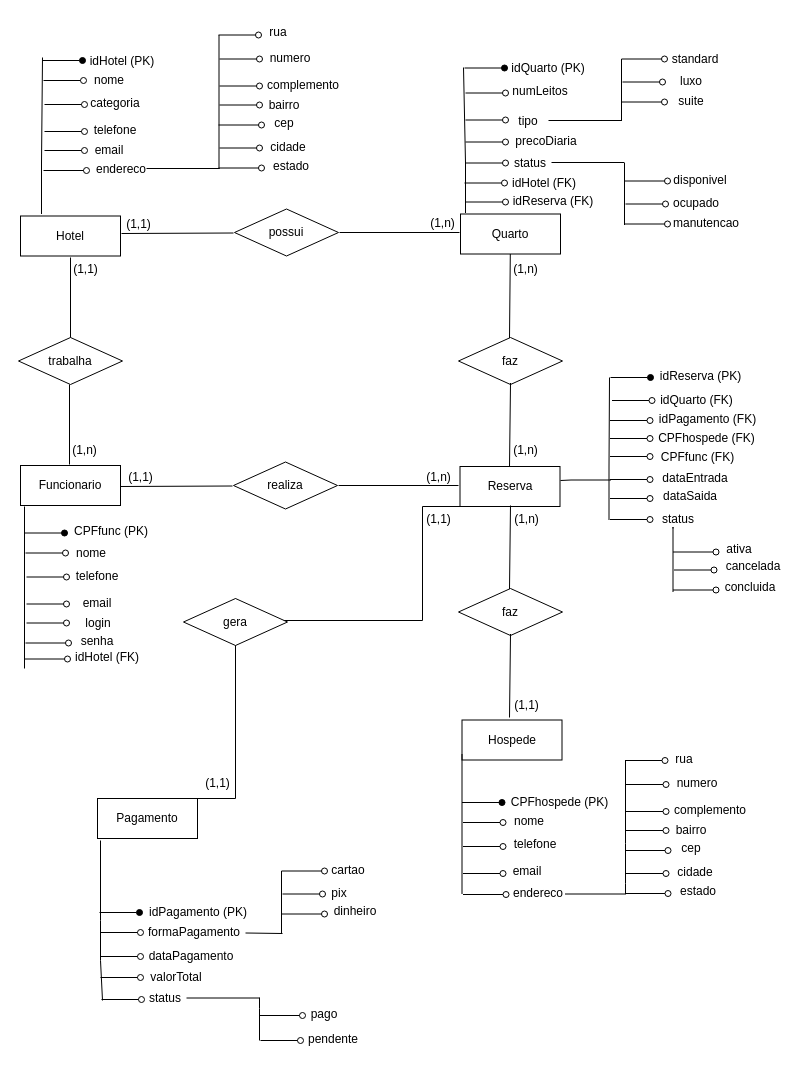
This is rede_de_hoteis.drawio from brunoadsdados/trabalho_banco_de_dados, a draw.io file, before an edit. Source tidied: cells renumbered, new cells numbered last; positions are measured from the earlier drawing's top-left corner, leaving out a move shared by most shapes. Both pictures are drawn from the tidied source at 100%, with x=0, y=0 at pixel (18, 17).
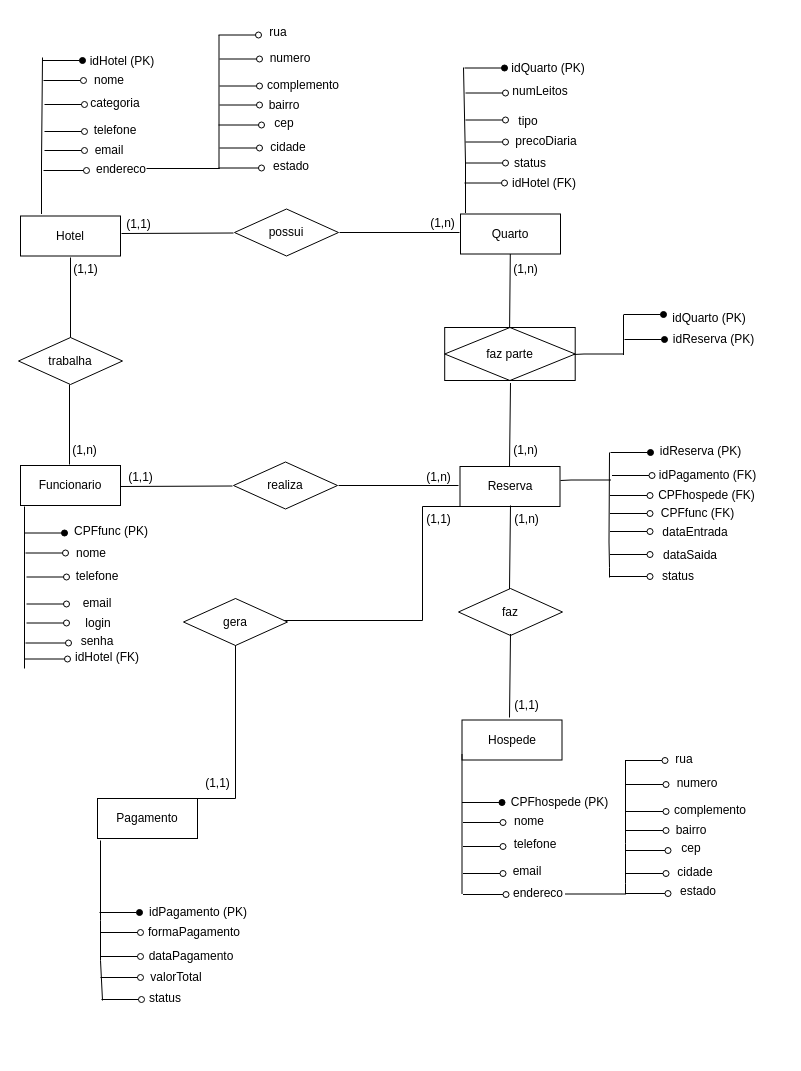
After the change.

The edit, as a diff of the source:
```diff
@@
-    <mxCell id="61" style="endArrow=none;html=1;rounded=0;" parent="1" edge="1">
-      <mxGeometry relative="1" as="geometry">
-        <mxPoint x="530" y="103" as="sourcePoint" />
-        <mxPoint x="603" y="103" as="targetPoint" />
-      </mxGeometry>
-    </mxCell>
-    <mxCell id="62" style="endArrow=oval;html=1;rounded=1;curved=0;endFill=0;" parent="1" edge="1">
-      <mxGeometry relative="1" as="geometry">
-        <mxPoint x="603" y="41.5" as="sourcePoint" />
-        <mxPoint x="646" y="41.5" as="targetPoint" />
-      </mxGeometry>
-    </mxCell>
-    <mxCell id="63" style="endArrow=oval;html=1;rounded=1;curved=0;endFill=0;" parent="1" edge="1">
-      <mxGeometry relative="1" as="geometry">
-        <mxPoint x="604" y="64.5" as="sourcePoint" />
-        <mxPoint x="644" y="64.5" as="targetPoint" />
-      </mxGeometry>
-    </mxCell>
-    <mxCell id="64" style="endArrow=oval;html=1;rounded=1;curved=0;endFill=0;" parent="1" edge="1">
-      <mxGeometry relative="1" as="geometry">
-        <mxPoint x="603" y="84.5" as="sourcePoint" />
-        <mxPoint x="646" y="84.5" as="targetPoint" />
-      </mxGeometry>
-    </mxCell>
-    <mxCell id="65" value="luxo" style="text;html=1;align=center;verticalAlign=middle;whiteSpace=wrap;rounded=0;" parent="1" vertex="1">
-      <mxGeometry x="643" y="48.5" width="60" height="30" as="geometry" />
-    </mxCell>
-    <mxCell id="66" value="suite" style="text;html=1;align=center;verticalAlign=middle;whiteSpace=wrap;rounded=0;" parent="1" vertex="1">
-      <mxGeometry x="643" y="68.5" width="60" height="30" as="geometry" />
-    </mxCell>
-    <mxCell id="67" value="standard" style="text;html=1;align=center;verticalAlign=middle;whiteSpace=wrap;rounded=0;" parent="1" vertex="1">
-      <mxGeometry x="647" y="26.5" width="60" height="30" as="geometry" />
-    </mxCell>
-    <mxCell id="68" style="endArrow=none;html=1;rounded=0;" parent="1" edge="1">
-      <mxGeometry relative="1" as="geometry">
-        <mxPoint x="603" y="103.5" as="sourcePoint" />
-        <mxPoint x="603" y="41.5" as="targetPoint" />
-        <Array as="points">
-          <mxPoint x="603" y="92.5" />
-          <mxPoint x="603" y="52.5" />
-        </Array>
-      </mxGeometry>
-    </mxCell>
-    <mxCell id="69" style="endArrow=oval;html=1;rounded=1;curved=0;endFill=0;" parent="1" edge="1">
-      <mxGeometry relative="1" as="geometry">
-        <mxPoint x="606" y="163.5" as="sourcePoint" />
-        <mxPoint x="649" y="163.5" as="targetPoint" />
-      </mxGeometry>
-    </mxCell>
-    <mxCell id="70" style="endArrow=oval;html=1;rounded=1;curved=0;endFill=0;" parent="1" edge="1">
-      <mxGeometry relative="1" as="geometry">
-        <mxPoint x="607" y="186.5" as="sourcePoint" />
-        <mxPoint x="647" y="186.5" as="targetPoint" />
-      </mxGeometry>
-    </mxCell>
-    <mxCell id="71" style="endArrow=oval;html=1;rounded=1;curved=0;endFill=0;" parent="1" edge="1">
-      <mxGeometry relative="1" as="geometry">
-        <mxPoint x="606" y="206.5" as="sourcePoint" />
-        <mxPoint x="649" y="206.5" as="targetPoint" />
-      </mxGeometry>
-    </mxCell>
-    <mxCell id="72" value="ocupado" style="text;html=1;align=center;verticalAlign=middle;whiteSpace=wrap;rounded=0;" parent="1" vertex="1">
-      <mxGeometry x="648" y="170.5" width="60" height="30" as="geometry" />
-    </mxCell>
-    <mxCell id="73" value="manutencao" style="text;html=1;align=center;verticalAlign=middle;whiteSpace=wrap;rounded=0;" parent="1" vertex="1">
-      <mxGeometry x="658" y="190.5" width="60" height="30" as="geometry" />
-    </mxCell>
-    <mxCell id="74" value="disponivel" style="text;html=1;align=center;verticalAlign=middle;whiteSpace=wrap;rounded=0;" parent="1" vertex="1">
-      <mxGeometry x="652" y="147.5" width="60" height="30" as="geometry" />
-    </mxCell>
-    <mxCell id="75" style="endArrow=none;html=1;rounded=0;" parent="1" edge="1">
-      <mxGeometry relative="1" as="geometry">
-        <mxPoint x="606" y="207.5" as="sourcePoint" />
-        <mxPoint x="606" y="145.5" as="targetPoint" />
-        <Array as="points">
-          <mxPoint x="606" y="196.5" />
-          <mxPoint x="606" y="156.5" />
-        </Array>
-      </mxGeometry>
-    </mxCell>
-    <mxCell id="76" style="endArrow=none;html=1;rounded=0;" parent="1" edge="1">
-      <mxGeometry relative="1" as="geometry">
-        <mxPoint x="533" y="145" as="sourcePoint" />
-        <mxPoint x="606" y="145" as="targetPoint" />
-      </mxGeometry>
-    </mxCell>
@@
     <mxCell id="104" style="endArrow=oval;html=1;rounded=1;curved=0;endFill=1;" parent="1" edge="1">
       <mxGeometry relative="1" as="geometry">
-        <mxPoint x="592" y="360" as="sourcePoint" />
-        <mxPoint x="632" y="360" as="targetPoint" />
+        <mxPoint x="592" y="435" as="sourcePoint" />
+        <mxPoint x="632" y="435" as="targetPoint" />
       </mxGeometry>
     </mxCell>
     <mxCell id="105" value="idReserva (PK)" style="text;html=1;align=center;verticalAlign=middle;whiteSpace=wrap;rounded=0;" parent="1" vertex="1">
-      <mxGeometry x="639.5" y="344" width="85" height="30" as="geometry" />
+      <mxGeometry x="639.5" y="419" width="85" height="30" as="geometry" />
     </mxCell>
     <mxCell id="106" style="endArrow=oval;html=1;rounded=1;curved=0;endFill=0;" parent="1" edge="1">
       <mxGeometry relative="1" as="geometry">
-        <mxPoint x="591.5" y="462" as="sourcePoint" />
-        <mxPoint x="631.5" y="462" as="targetPoint" />
+        <mxPoint x="591.5" y="537" as="sourcePoint" />
+        <mxPoint x="631.5" y="537" as="targetPoint" />
       </mxGeometry>
     </mxCell>
     <mxCell id="107" value="dataEntrada" style="text;html=1;align=center;verticalAlign=middle;whiteSpace=wrap;rounded=0;" parent="1" vertex="1">
-      <mxGeometry x="646.5" y="446" width="60" height="30" as="geometry" />
+      <mxGeometry x="646.5" y="500" width="60" height="30" as="geometry" />
     </mxCell>
     <mxCell id="108" style="endArrow=oval;html=1;rounded=1;curved=0;endFill=0;" parent="1" edge="1">
       <mxGeometry relative="1" as="geometry">
-        <mxPoint x="591.5" y="481" as="sourcePoint" />
-        <mxPoint x="631.5" y="481" as="targetPoint" />
+        <mxPoint x="591.5" y="559" as="sourcePoint" />
+        <mxPoint x="631.5" y="559" as="targetPoint" />
       </mxGeometry>
     </mxCell>
     <mxCell id="109" value="dataSaida" style="text;html=1;align=center;verticalAlign=middle;whiteSpace=wrap;rounded=0;" parent="1" vertex="1">
-      <mxGeometry x="641.5" y="464" width="60" height="30" as="geometry" />
+      <mxGeometry x="641.5" y="523" width="60" height="30" as="geometry" />
     </mxCell>
-    <mxCell id="110" style="endArrow=oval;html=1;rounded=1;curved=0;endFill=0;" parent="1" edge="1">
-      <mxGeometry relative="1" as="geometry">
-        <mxPoint x="591.5" y="502" as="sourcePoint" />
-        <mxPoint x="631.5" y="502" as="targetPoint" />
-      </mxGeometry>
-    </mxCell>
     <mxCell id="111" value="status" style="text;html=1;align=center;verticalAlign=middle;whiteSpace=wrap;rounded=0;" parent="1" vertex="1">
-      <mxGeometry x="629.5" y="487" width="60" height="30" as="geometry" />
+      <mxGeometry x="629.5" y="544" width="60" height="30" as="geometry" />
     </mxCell>
-    <mxCell id="112" style="endArrow=oval;html=1;rounded=1;curved=0;endFill=0;" parent="1" edge="1">
-      <mxGeometry relative="1" as="geometry">
-        <mxPoint x="654.5" y="534.5" as="sourcePoint" />
-        <mxPoint x="697.5" y="534.5" as="targetPoint" />
-      </mxGeometry>
-    </mxCell>
-    <mxCell id="113" style="endArrow=oval;html=1;rounded=1;curved=0;endFill=0;" parent="1" edge="1">
-      <mxGeometry relative="1" as="geometry">
-        <mxPoint x="655.5" y="552.5" as="sourcePoint" />
-        <mxPoint x="695.5" y="552.5" as="targetPoint" />
-      </mxGeometry>
-    </mxCell>
-    <mxCell id="114" style="endArrow=oval;html=1;rounded=1;curved=0;endFill=0;" parent="1" edge="1">
-      <mxGeometry relative="1" as="geometry">
-        <mxPoint x="654.5" y="572.5" as="sourcePoint" />
-        <mxPoint x="697.5" y="572.5" as="targetPoint" />
-      </mxGeometry>
-    </mxCell>
-    <mxCell id="115" value="cancelada" style="text;html=1;align=center;verticalAlign=middle;whiteSpace=wrap;rounded=0;" parent="1" vertex="1">
-      <mxGeometry x="705" y="534" width="60" height="30" as="geometry" />
-    </mxCell>
-    <mxCell id="116" value="concluida" style="text;html=1;align=center;verticalAlign=middle;whiteSpace=wrap;rounded=0;" parent="1" vertex="1">
-      <mxGeometry x="702" y="554.5" width="60" height="30" as="geometry" />
-    </mxCell>
-    <mxCell id="117" value="ativa" style="text;html=1;align=center;verticalAlign=middle;whiteSpace=wrap;rounded=0;" parent="1" vertex="1">
-      <mxGeometry x="691" y="517" width="60" height="30" as="geometry" />
-    </mxCell>
-    <mxCell id="118" style="endArrow=none;html=1;rounded=0;" parent="1" edge="1">
-      <mxGeometry relative="1" as="geometry">
-        <mxPoint x="654.5" y="574.5" as="sourcePoint" />
-        <mxPoint x="654.5" y="511" as="targetPoint" />
-        <Array as="points">
-          <mxPoint x="654.5" y="549.5" />
-          <mxPoint x="654.5" y="509.5" />
-        </Array>
-      </mxGeometry>
-    </mxCell>
     <mxCell id="119" style="endArrow=none;html=1;rounded=0;" parent="1" edge="1">
       <mxGeometry relative="1" as="geometry">
-        <mxPoint x="590.5" y="502.5" as="sourcePoint" />
-        <mxPoint x="591" y="360" as="targetPoint" />
+        <mxPoint x="591" y="560" as="sourcePoint" />
+        <mxPoint x="591" y="435" as="targetPoint" />
         <Array as="points">
-          <mxPoint x="590.5" y="489.5" />
-          <mxPoint x="590.5" y="449.5" />
+          <mxPoint x="591" y="550" />
+          <mxPoint x="590.5" y="524.5" />
         </Array>
       </mxGeometry>
     </mxCell>
@@
-    <mxCell id="130" style="endArrow=none;html=1;rounded=0;" parent="1" edge="1">
-      <mxGeometry relative="1" as="geometry">
-        <mxPoint x="227" y="915.5" as="sourcePoint" />
-        <mxPoint x="264" y="916" as="targetPoint" />
-      </mxGeometry>
-    </mxCell>
-    <mxCell id="131" style="endArrow=oval;html=1;rounded=1;curved=0;endFill=0;" parent="1" edge="1">
-      <mxGeometry relative="1" as="geometry">
-        <mxPoint x="263" y="853.5" as="sourcePoint" />
-        <mxPoint x="306" y="853.5" as="targetPoint" />
-      </mxGeometry>
-    </mxCell>
-    <mxCell id="132" style="endArrow=oval;html=1;rounded=1;curved=0;endFill=0;" parent="1" edge="1">
-      <mxGeometry relative="1" as="geometry">
-        <mxPoint x="264" y="876.5" as="sourcePoint" />
-        <mxPoint x="304" y="876.5" as="targetPoint" />
-      </mxGeometry>
-    </mxCell>
-    <mxCell id="133" style="endArrow=oval;html=1;rounded=1;curved=0;endFill=0;" parent="1" edge="1">
-      <mxGeometry relative="1" as="geometry">
-        <mxPoint x="263" y="896.5" as="sourcePoint" />
-        <mxPoint x="306" y="896.5" as="targetPoint" />
-      </mxGeometry>
-    </mxCell>
-    <mxCell id="134" value="pix" style="text;html=1;align=center;verticalAlign=middle;whiteSpace=wrap;rounded=0;" parent="1" vertex="1">
-      <mxGeometry x="291" y="860.5" width="60" height="30" as="geometry" />
-    </mxCell>
-    <mxCell id="135" value="dinheiro" style="text;html=1;align=center;verticalAlign=middle;whiteSpace=wrap;rounded=0;" parent="1" vertex="1">
-      <mxGeometry x="307" y="879" width="60" height="30" as="geometry" />
-    </mxCell>
-    <mxCell id="136" style="endArrow=none;html=1;rounded=0;" parent="1" edge="1">
-      <mxGeometry relative="1" as="geometry">
-        <mxPoint x="263" y="915.5" as="sourcePoint" />
-        <mxPoint x="263" y="853.5" as="targetPoint" />
-        <Array as="points">
-          <mxPoint x="263" y="904.5" />
-          <mxPoint x="263" y="864.5" />
-        </Array>
-      </mxGeometry>
-    </mxCell>
-    <mxCell id="137" style="endArrow=oval;html=1;rounded=1;curved=0;endFill=0;" parent="1" edge="1">
-      <mxGeometry relative="1" as="geometry">
-        <mxPoint x="241" y="998" as="sourcePoint" />
-        <mxPoint x="284" y="998" as="targetPoint" />
-      </mxGeometry>
-    </mxCell>
-    <mxCell id="138" style="endArrow=oval;html=1;rounded=1;curved=0;endFill=0;" parent="1" edge="1">
-      <mxGeometry relative="1" as="geometry">
-        <mxPoint x="242" y="1023" as="sourcePoint" />
-        <mxPoint x="282" y="1023" as="targetPoint" />
-      </mxGeometry>
-    </mxCell>
-    <mxCell id="139" value="pendente" style="text;html=1;align=center;verticalAlign=middle;whiteSpace=wrap;rounded=0;" parent="1" vertex="1">
-      <mxGeometry x="285" y="1007" width="60" height="30" as="geometry" />
-    </mxCell>
-    <mxCell id="140" value="pago" style="text;html=1;align=center;verticalAlign=middle;whiteSpace=wrap;rounded=0;" parent="1" vertex="1">
-      <mxGeometry x="276" y="982" width="60" height="30" as="geometry" />
-    </mxCell>
-    <mxCell id="141" style="endArrow=none;html=1;rounded=0;" parent="1" edge="1">
-      <mxGeometry relative="1" as="geometry">
-        <mxPoint x="241" y="1023" as="sourcePoint" />
-        <mxPoint x="241" y="980" as="targetPoint" />
-        <Array as="points">
-          <mxPoint x="241" y="991" />
-        </Array>
-      </mxGeometry>
-    </mxCell>
-    <mxCell id="142" style="endArrow=none;html=1;rounded=0;" parent="1" edge="1">
-      <mxGeometry relative="1" as="geometry">
-        <mxPoint x="168" y="980.5" as="sourcePoint" />
-        <mxPoint x="241" y="980.5" as="targetPoint" />
-      </mxGeometry>
-    </mxCell>
-    <mxCell id="143" value="cartao" style="text;html=1;align=center;verticalAlign=middle;whiteSpace=wrap;rounded=0;" parent="1" vertex="1">
-      <mxGeometry x="300" y="838" width="60" height="30" as="geometry" />
-    </mxCell>
@@
-    <mxCell id="156" value="faz" style="rhombus;whiteSpace=wrap;html=1;" parent="1" vertex="1">
-      <mxGeometry x="440" y="320" width="104" height="47" as="geometry" />
-    </mxCell>
@@
     <mxCell id="180" style="endArrow=oval;html=1;rounded=1;curved=0;endFill=0;" parent="1" edge="1">
       <mxGeometry relative="1" as="geometry">
-        <mxPoint x="591.5" y="439" as="sourcePoint" />
-        <mxPoint x="631.5" y="439" as="targetPoint" />
+        <mxPoint x="591.5" y="514" as="sourcePoint" />
+        <mxPoint x="631.5" y="514" as="targetPoint" />
       </mxGeometry>
     </mxCell>
     <mxCell id="181" value="CPFfunc (FK)" style="text;html=1;align=center;verticalAlign=middle;whiteSpace=wrap;rounded=0;" parent="1" vertex="1">
-      <mxGeometry x="636.5" y="425" width="84.5" height="30" as="geometry" />
+      <mxGeometry x="636.5" y="481" width="84.5" height="30" as="geometry" />
     </mxCell>
     <mxCell id="182" style="endArrow=oval;html=1;rounded=1;curved=0;endFill=0;" parent="1" edge="1">
       <mxGeometry relative="1" as="geometry">
-        <mxPoint x="591.5" y="421" as="sourcePoint" />
-        <mxPoint x="631.5" y="421" as="targetPoint" />
+        <mxPoint x="591.5" y="496" as="sourcePoint" />
+        <mxPoint x="631.5" y="496" as="targetPoint" />
       </mxGeometry>
     </mxCell>
     <mxCell id="183" value="CPFhospede (FK)" style="text;html=1;align=center;verticalAlign=middle;whiteSpace=wrap;rounded=0;" parent="1" vertex="1">
-      <mxGeometry x="636.5" y="406" width="102.5" height="30" as="geometry" />
+      <mxGeometry x="636.5" y="463" width="102.5" height="30" as="geometry" />
     </mxCell>
-    <mxCell id="184" value="idQuarto (FK)" style="text;html=1;align=center;verticalAlign=middle;whiteSpace=wrap;rounded=0;" parent="1" vertex="1">
-      <mxGeometry x="626.5" y="368" width="102.5" height="30" as="geometry" />
-    </mxCell>
     <mxCell id="185" style="endArrow=oval;html=1;rounded=1;curved=0;endFill=0;" parent="1" edge="1">
       <mxGeometry relative="1" as="geometry">
-        <mxPoint x="593.5" y="383" as="sourcePoint" />
-        <mxPoint x="633.5" y="383" as="targetPoint" />
+        <mxPoint x="593.5" y="458" as="sourcePoint" />
+        <mxPoint x="633.5" y="458" as="targetPoint" />
       </mxGeometry>
     </mxCell>
     <mxCell id="186" style="endArrow=oval;html=1;rounded=1;curved=0;endFill=0;" parent="1" edge="1">
       <mxGeometry relative="1" as="geometry">
-        <mxPoint x="591.5" y="403" as="sourcePoint" />
-        <mxPoint x="631.5" y="403" as="targetPoint" />
+        <mxPoint x="591.5" y="478" as="sourcePoint" />
+        <mxPoint x="631.5" y="478" as="targetPoint" />
       </mxGeometry>
     </mxCell>
     <mxCell id="187" value="idPagamento (FK)" style="text;html=1;align=center;verticalAlign=middle;whiteSpace=wrap;rounded=0;" parent="1" vertex="1">
-      <mxGeometry x="637.5" y="387" width="102.5" height="30" as="geometry" />
+      <mxGeometry x="637.5" y="443" width="102.5" height="30" as="geometry" />
     </mxCell>
-    <mxCell id="188" style="endArrow=oval;html=1;rounded=1;curved=0;endFill=0;" parent="1" edge="1">
-      <mxGeometry relative="1" as="geometry">
-        <mxPoint x="447" y="184.5" as="sourcePoint" />
-        <mxPoint x="487" y="184.5" as="targetPoint" />
-      </mxGeometry>
-    </mxCell>
-    <mxCell id="189" value="idReserva (FK)" style="text;html=1;align=center;verticalAlign=middle;whiteSpace=wrap;rounded=0;" parent="1" vertex="1">
-      <mxGeometry x="491.5" y="168.5" width="85.5" height="30" as="geometry" />
-    </mxCell>
+    <mxCell id="190" value="faz parte" style="shape=associativeEntity;whiteSpace=wrap;html=1;align=center;" parent="1" vertex="1">
+      <mxGeometry x="426.2" y="310" width="130.5" height="53" as="geometry" />
+    </mxCell>
+    <mxCell id="191" style="endArrow=none;html=1;rounded=0;" parent="1" edge="1">
+      <mxGeometry relative="1" as="geometry">
+        <mxPoint x="605.5" y="336.5" as="sourcePoint" />
+        <mxPoint x="555" y="337" as="targetPoint" />
+        <Array as="points">
+          <mxPoint x="565.5" y="336.5" />
+        </Array>
+      </mxGeometry>
+    </mxCell>
+    <mxCell id="192" style="endArrow=none;html=1;rounded=0;" parent="1" edge="1">
+      <mxGeometry relative="1" as="geometry">
+        <mxPoint x="605" y="321" as="sourcePoint" />
+        <mxPoint x="605" y="298" as="targetPoint" />
+        <Array as="points">
+          <mxPoint x="605" y="337.5" />
+          <mxPoint x="605" y="297.5" />
+        </Array>
+      </mxGeometry>
+    </mxCell>
+    <mxCell id="193" value="idReserva (PK)" style="text;html=1;align=center;verticalAlign=middle;whiteSpace=wrap;rounded=0;" parent="1" vertex="1">
+      <mxGeometry x="653" y="306.5" width="85" height="30" as="geometry" />
+    </mxCell>
+    <mxCell id="194" style="endArrow=oval;html=1;rounded=1;curved=0;endFill=1;" parent="1" edge="1">
+      <mxGeometry relative="1" as="geometry">
+        <mxPoint x="605" y="297" as="sourcePoint" />
+        <mxPoint x="645" y="297" as="targetPoint" />
+      </mxGeometry>
+    </mxCell>
+    <mxCell id="195" style="endArrow=oval;html=1;rounded=1;curved=0;endFill=1;" parent="1" edge="1">
+      <mxGeometry relative="1" as="geometry">
+        <mxPoint x="606" y="322" as="sourcePoint" />
+        <mxPoint x="646" y="322" as="targetPoint" />
+      </mxGeometry>
+    </mxCell>
+    <mxCell id="196" value="idQuarto (PK)" style="text;html=1;align=center;verticalAlign=middle;whiteSpace=wrap;rounded=0;" parent="1" vertex="1">
+      <mxGeometry x="652" y="286" width="78" height="30" as="geometry" />
+    </mxCell>
```
